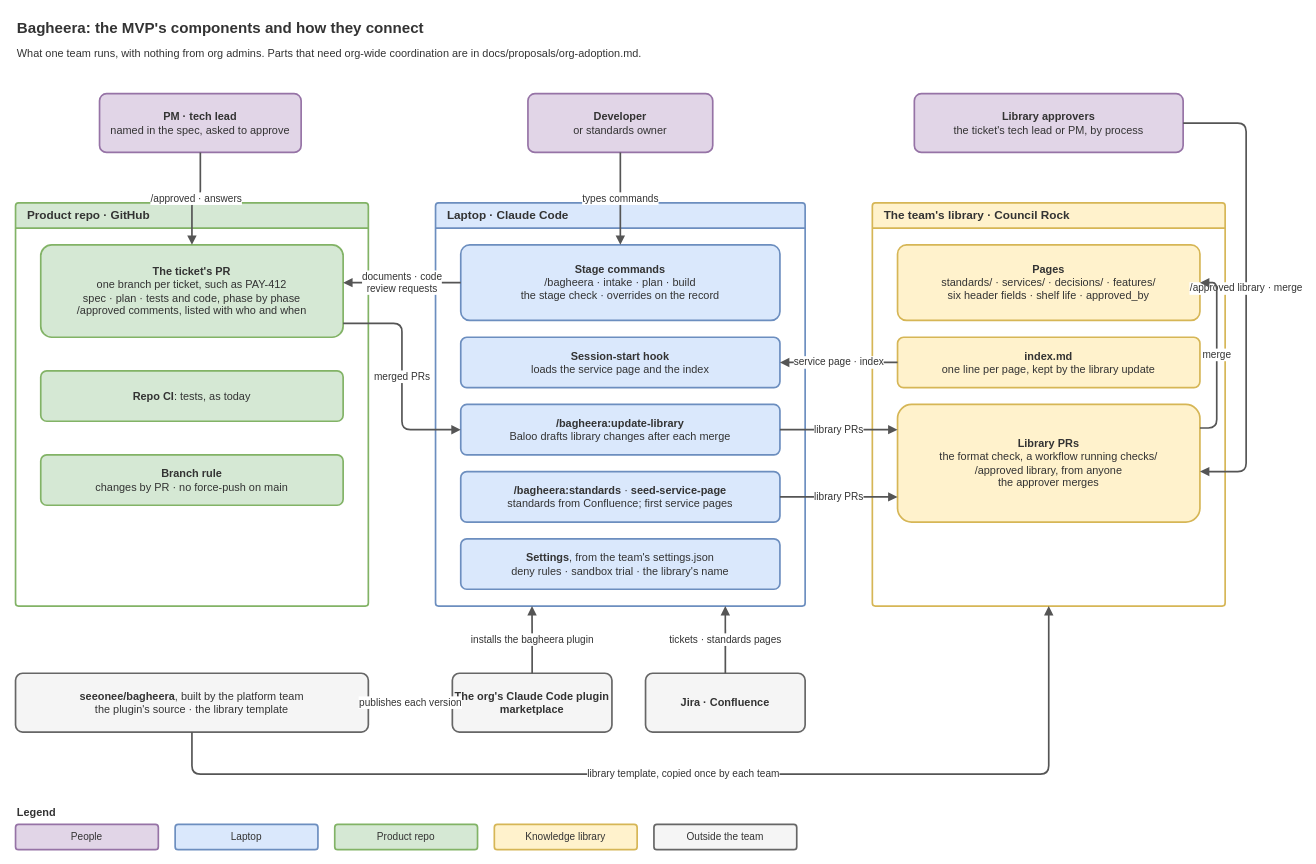
This is docs/components.drawio from rahulnyk/bagheera, a draw.io file, before an edit. Source tidied: cells renumbered, new cells numbered last; positions are measured from the earlier drawing's top-left corner, leaving out a move shared by most shapes. Both pictures are drawn from the tidied source at 84%, with x=0, y=0 at pixel (15, 14).
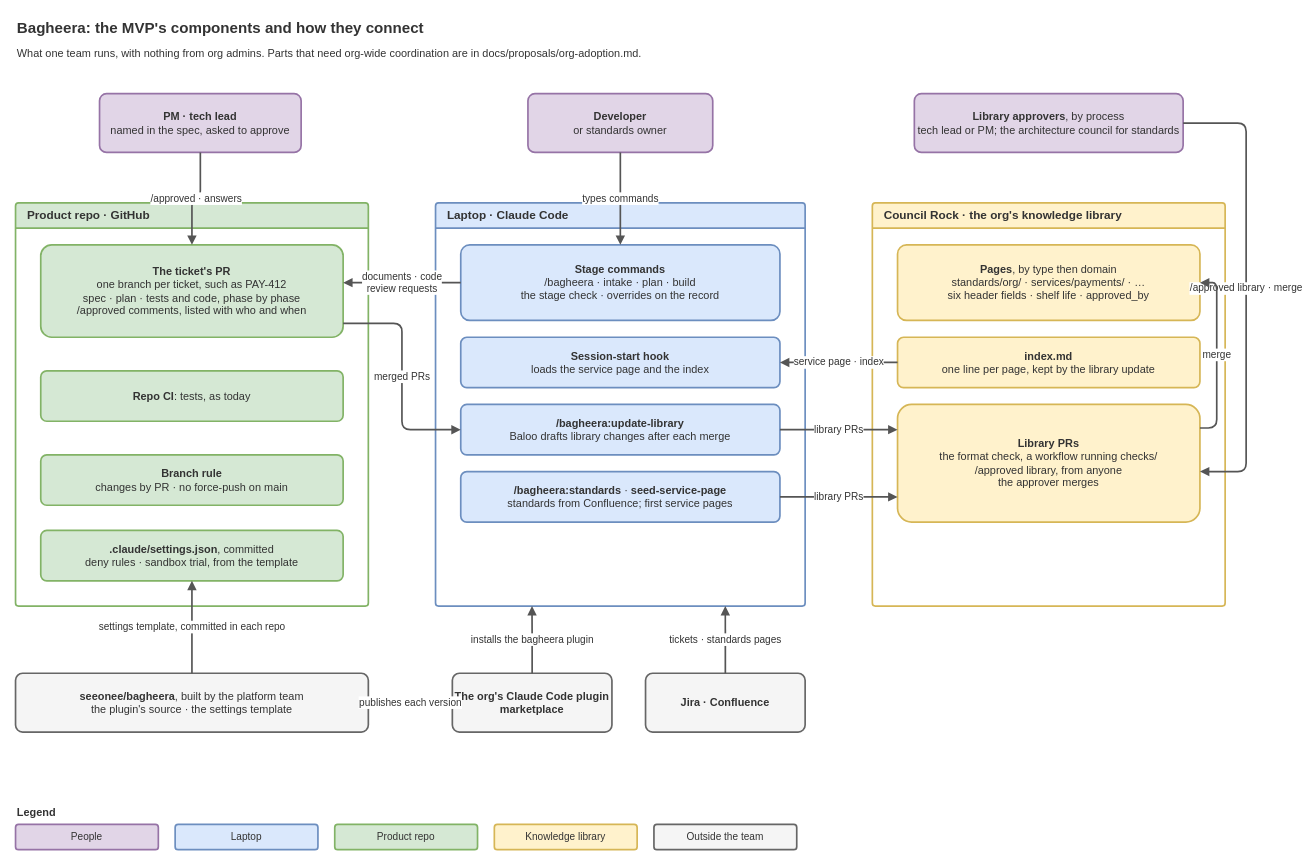
The same page after the edit.

Commit message (it also covers changes not shown here):
Design docs, index, README and diagram: one org library, repo settings

Unchanged cells that the change refers to:
```xml
<mxCell id="7" value="Product repo · GitHub" style="swimlane;startSize=30;rounded=1;arcSize=4;whiteSpace=wrap;html=1;strokeWidth=2;fontStyle=1;fontSize=14;fontColor=#333333;fillColor=#D5E8D4;strokeColor=#82B366;swimlaneFillColor=#FFFFFF;align=left;spacingLeft=12;" parent="1" vertex="1">
  <mxGeometry y="224" width="420" height="480" as="geometry" />
</mxCell>
<mxCell id="8" value="Laptop · Claude Code" style="swimlane;startSize=30;rounded=1;arcSize=4;whiteSpace=wrap;html=1;strokeWidth=2;fontStyle=1;fontSize=14;fontColor=#333333;fillColor=#DAE8FC;strokeColor=#6C8EBF;swimlaneFillColor=#FFFFFF;align=left;spacingLeft=12;" parent="1" vertex="1">
  <mxGeometry x="500" y="224" width="440" height="480" as="geometry" />
</mxCell>
```

What changed in the source:
```diff
@@
-    <mxCell id="6" value="&lt;b&gt;Library approvers&lt;/b&gt;&lt;br&gt;the ticket's tech lead or PM, by process" style="rounded=1;arcSize=12;whiteSpace=wrap;html=1;strokeWidth=2;fontSize=13;fontColor=#333333;fillColor=#E1D5E7;strokeColor=#9673A6;" parent="1" vertex="1">
+    <mxCell id="6" value="&lt;b&gt;Library approvers&lt;/b&gt;, by process&lt;br&gt;tech lead or PM; the architecture council for standards" style="rounded=1;arcSize=12;whiteSpace=wrap;html=1;strokeWidth=2;fontSize=13;fontColor=#333333;fillColor=#E1D5E7;strokeColor=#9673A6;" parent="1" vertex="1">
       <mxGeometry x="1070" y="94" width="320" height="70" as="geometry" />
     </mxCell>
@@
-    <mxCell id="9" value="The team's library · Council Rock" style="swimlane;startSize=30;rounded=1;arcSize=4;whiteSpace=wrap;html=1;strokeWidth=2;fontStyle=1;fontSize=14;fontColor=#333333;fillColor=#FFF2CC;strokeColor=#D6B656;swimlaneFillColor=#FFFFFF;align=left;spacingLeft=12;" parent="1" vertex="1">
+    <mxCell id="9" value="Council Rock · the org's knowledge library" style="swimlane;startSize=30;rounded=1;arcSize=4;whiteSpace=wrap;html=1;strokeWidth=2;fontStyle=1;fontSize=14;fontColor=#333333;fillColor=#FFF2CC;strokeColor=#D6B656;swimlaneFillColor=#FFFFFF;align=left;spacingLeft=12;" parent="1" vertex="1">
       <mxGeometry x="1020" y="224" width="420" height="480" as="geometry" />
     </mxCell>
@@
-    <mxCell id="17" value="&lt;b&gt;Settings&lt;/b&gt;, from the team's settings.json&lt;br&gt;deny rules · sandbox trial · the library's name" style="rounded=1;arcSize=12;whiteSpace=wrap;html=1;strokeWidth=2;fontSize=13;fontColor=#333333;fillColor=#DAE8FC;strokeColor=#6C8EBF;" parent="8" vertex="1">
-      <mxGeometry x="30" y="400" width="380" height="60" as="geometry" />
-    </mxCell>
+    <mxCell id="43" value="&lt;b&gt;.claude/settings.json&lt;/b&gt;, committed&lt;br&gt;deny rules · sandbox trial, from the template" style="rounded=1;arcSize=12;whiteSpace=wrap;html=1;strokeWidth=2;fontSize=13;fontColor=#333333;fillColor=#D5E8D4;strokeColor=#82B366;" parent="7" vertex="1">
+      <mxGeometry x="30" y="390" width="360" height="60" as="geometry" />
+    </mxCell>
-    <mxCell id="18" value="&lt;b&gt;Pages&lt;/b&gt;&lt;br&gt;standards/ · services/ · decisions/ · features/&lt;br&gt;six header fields · shelf life · approved_by" style="rounded=1;arcSize=12;whiteSpace=wrap;html=1;strokeWidth=2;fontSize=13;fontColor=#333333;fillColor=#FFF2CC;strokeColor=#D6B656;" parent="9" vertex="1">
+    <mxCell id="18" value="&lt;b&gt;Pages&lt;/b&gt;, by type then domain&lt;br&gt;standards/org/ · services/payments/ · …&lt;br&gt;six header fields · shelf life · approved_by" style="rounded=1;arcSize=12;whiteSpace=wrap;html=1;strokeWidth=2;fontSize=13;fontColor=#333333;fillColor=#FFF2CC;strokeColor=#D6B656;" parent="9" vertex="1">
       <mxGeometry x="30" y="50" width="360" height="90" as="geometry" />
     </mxCell>
@@
-    <mxCell id="21" value="&lt;b&gt;seeonee/bagheera&lt;/b&gt;, built by the platform team&lt;br&gt;the plugin's source · the library template" style="rounded=1;arcSize=12;whiteSpace=wrap;html=1;strokeWidth=2;fontSize=13;fontColor=#333333;fillColor=#F5F5F5;strokeColor=#666666;" parent="1" vertex="1">
+    <mxCell id="21" value="&lt;b&gt;seeonee/bagheera&lt;/b&gt;, built by the platform team&lt;br&gt;the plugin's source · the settings template" style="rounded=1;arcSize=12;whiteSpace=wrap;html=1;strokeWidth=2;fontSize=13;fontColor=#333333;fillColor=#F5F5F5;strokeColor=#666666;" parent="1" vertex="1">
       <mxGeometry y="784" width="420" height="70" as="geometry" />
     </mxCell>
@@
-    <mxCell id="36" value="library template, copied once by each team" style="edgeStyle=orthogonalEdgeStyle;rounded=1;jettySize=auto;html=1;strokeWidth=2;endArrow=block;endFill=1;strokeColor=#555555;fontSize=12;fontColor=#333333;labelBackgroundColor=#FFFFFF;exitX=0.5;exitY=1;exitDx=0;exitDy=0;entryX=0.5;entryY=1;entryDx=0;entryDy=0;" parent="1" edge="1" source="21" target="9">
-      <mxGeometry relative="1" as="geometry">
-        <Array as="points">
-          <mxPoint x="210" y="904" />
-          <mxPoint x="1230" y="904" />
-        </Array>
-      </mxGeometry>
+    <mxCell id="36" value="settings template, committed in each repo" style="edgeStyle=orthogonalEdgeStyle;rounded=1;jettySize=auto;html=1;strokeWidth=2;endArrow=block;endFill=1;strokeColor=#555555;fontSize=12;fontColor=#333333;labelBackgroundColor=#FFFFFF;exitX=0.5;exitY=0;exitDx=0;exitDy=0;entryX=0.5;entryY=1;entryDx=0;entryDy=0;" parent="1" edge="1" source="21" target="43">
+      <mxGeometry relative="1" as="geometry" />
     </mxCell>
```
